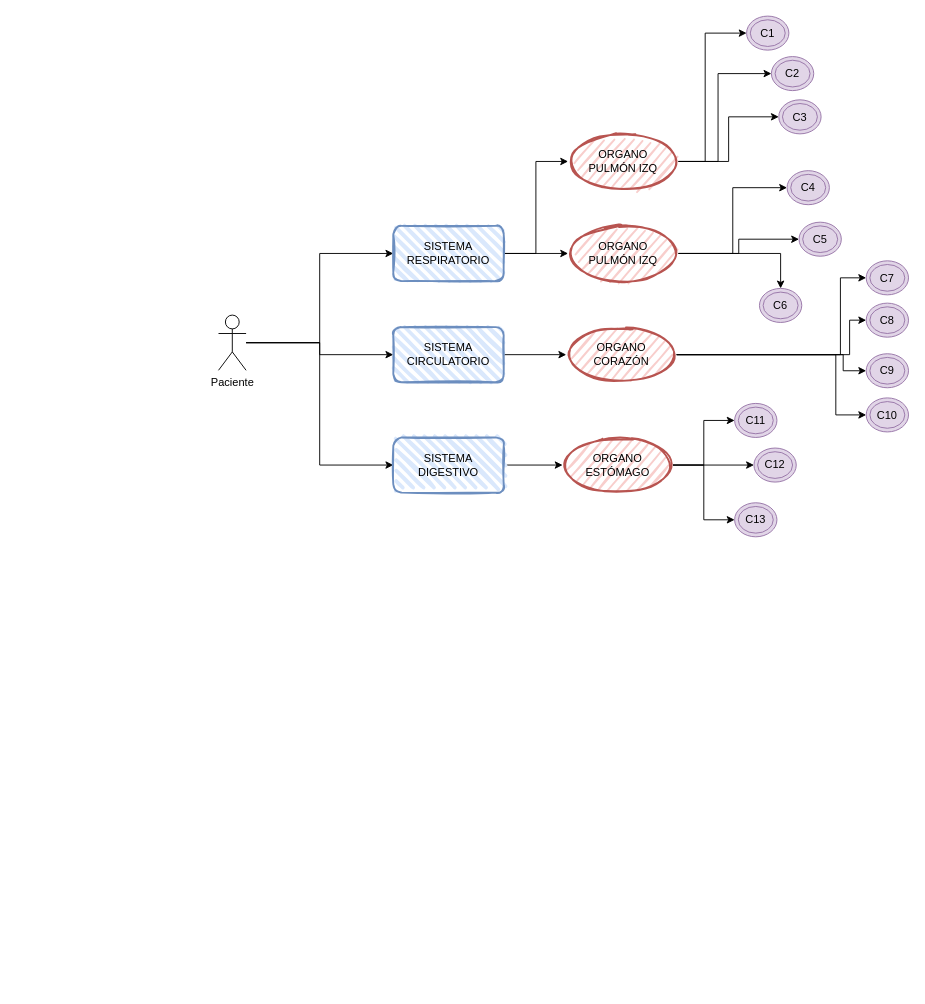
Before: page "Volumetría MVP1" (7 of 8) of arch-design/cellprom-arch-functionality.drawio in cellprom/cellprom-arq-doc, a draw.io diagram. Source tidied: cells renumbered, new cells numbered last; positions are measured from the earlier drawing's top-left corner, leaving out a move shared by most shapes. Both pictures are drawn from the tidied source at 92%, with x=0, y=0 at pixel (218, 16).
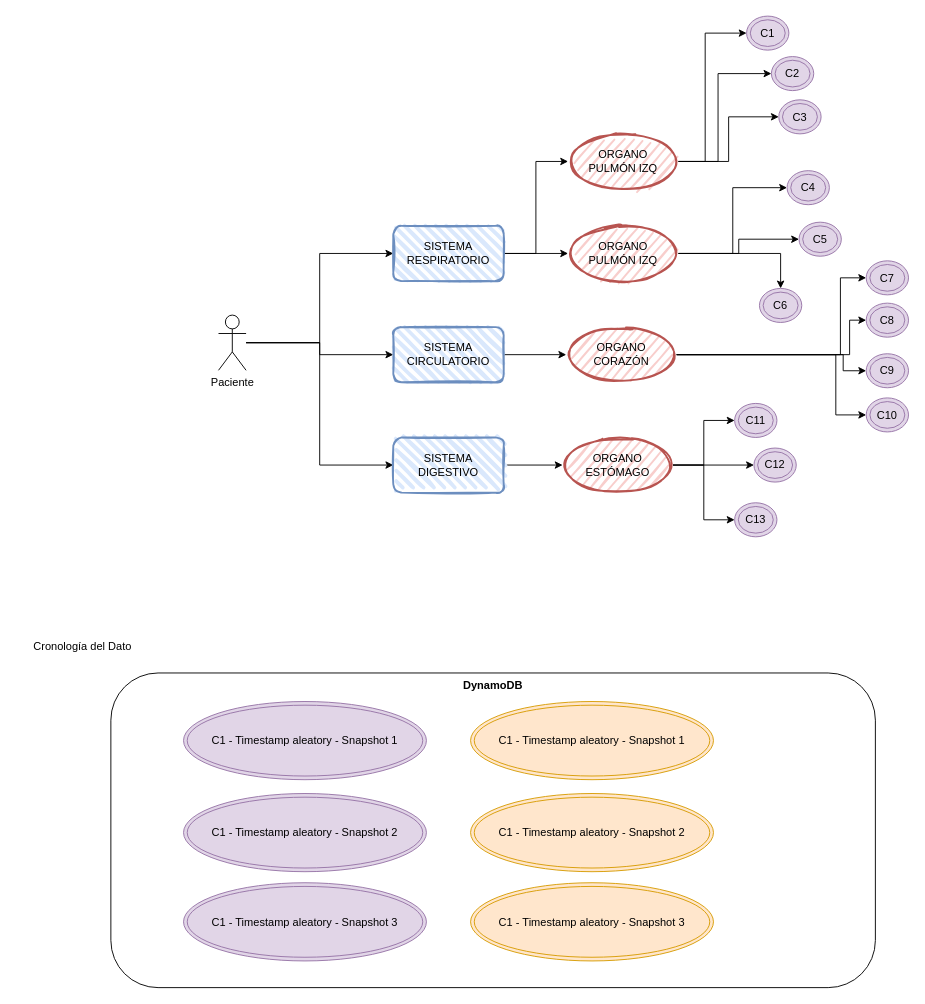
The same diagram, later.

Diff of the diagram source:
```diff
@@
+    <mxCell id="43" value="Cronología del Dato" style="text;html=1;align=center;verticalAlign=middle;whiteSpace=wrap;rounded=0;" parent="1" vertex="1">
+      <mxGeometry x="-220" y="671" width="145" height="30" as="geometry" />
+    </mxCell>
+    <mxCell id="44" value="DynamoDB" style="rounded=1;whiteSpace=wrap;html=1;horizontal=1;verticalAlign=top;fontStyle=1;" parent="1" vertex="1">
+      <mxGeometry x="-117" y="714" width="831" height="342" as="geometry" />
+    </mxCell>
+    <mxCell id="45" value="C1 - Timestamp aleatory - Snapshot 1" style="ellipse;shape=doubleEllipse;whiteSpace=wrap;html=1;fillColor=#e1d5e7;strokeColor=#9673a6;" parent="1" vertex="1">
+      <mxGeometry x="-38" y="745" width="264" height="85" as="geometry" />
+    </mxCell>
+    <mxCell id="46" value="C1 - Timestamp aleatory - Snapshot 2" style="ellipse;shape=doubleEllipse;whiteSpace=wrap;html=1;fillColor=#e1d5e7;strokeColor=#9673a6;" parent="1" vertex="1">
+      <mxGeometry x="-38" y="845" width="264" height="85" as="geometry" />
+    </mxCell>
+    <mxCell id="47" value="C1 - Timestamp aleatory - Snapshot 3" style="ellipse;shape=doubleEllipse;whiteSpace=wrap;html=1;fillColor=#e1d5e7;strokeColor=#9673a6;" parent="1" vertex="1">
+      <mxGeometry x="-38" y="942" width="264" height="85" as="geometry" />
+    </mxCell>
+    <mxCell id="48" value="C1 - Timestamp aleatory - Snapshot 1" style="ellipse;shape=doubleEllipse;whiteSpace=wrap;html=1;fillColor=#ffe6cc;strokeColor=#d79b00;" parent="1" vertex="1">
+      <mxGeometry x="274" y="745" width="264" height="85" as="geometry" />
+    </mxCell>
+    <mxCell id="49" value="C1 - Timestamp aleatory - Snapshot 2" style="ellipse;shape=doubleEllipse;whiteSpace=wrap;html=1;fillColor=#ffe6cc;strokeColor=#d79b00;" parent="1" vertex="1">
+      <mxGeometry x="274" y="845" width="264" height="85" as="geometry" />
+    </mxCell>
+    <mxCell id="50" value="C1 - Timestamp aleatory - Snapshot 3" style="ellipse;shape=doubleEllipse;whiteSpace=wrap;html=1;fillColor=#ffe6cc;strokeColor=#d79b00;" parent="1" vertex="1">
+      <mxGeometry x="274" y="942" width="264" height="85" as="geometry" />
+    </mxCell>
```
